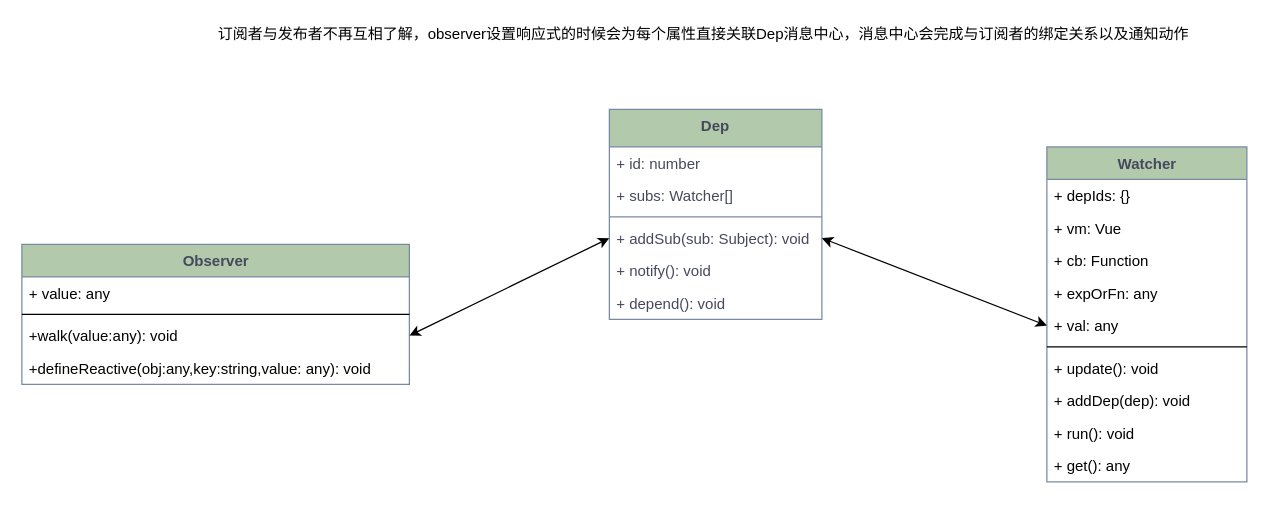
Above: 深入Vue双向绑定原理.drawio in Hhpon/draw.io (draw.io), before the change. Source tidied: cells renumbered, new cells numbered last; positions are measured from the earlier drawing's top-left corner, leaving out a move shared by most shapes. Both pictures are drawn from the tidied source at 125%, with x=0, y=0 at pixel (21, 21).
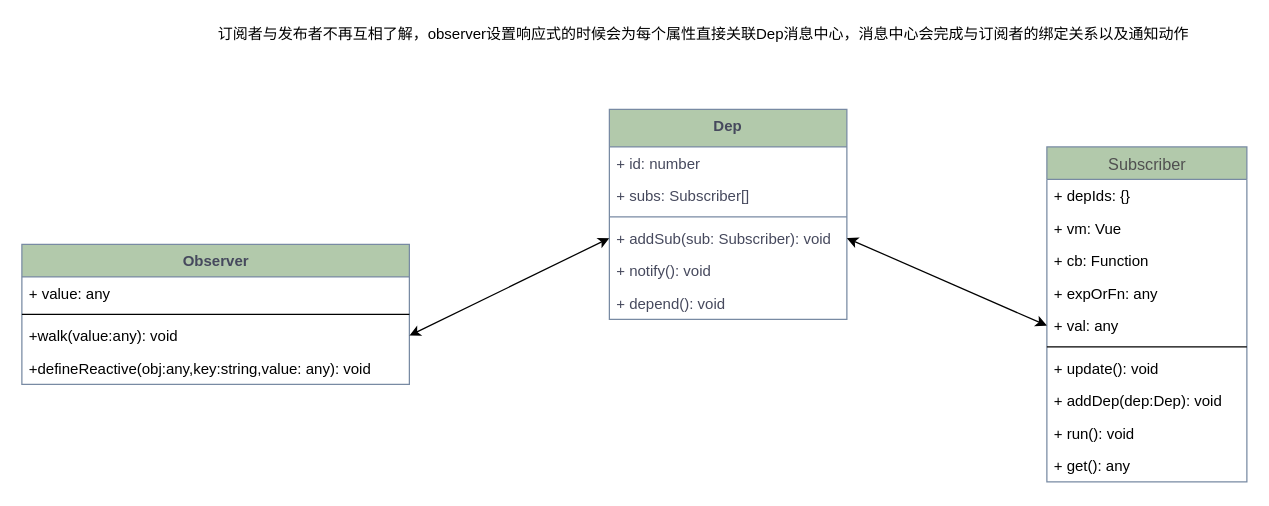
The same page after the edit.

Commit message:
更新深入Vue双向绑定原理.drawio

The edit, as a diff of the source:
```diff
@@
     <mxCell id="2" value="Dep" style="swimlane;fontStyle=1;align=center;verticalAlign=top;horizontal=1;startSize=30;fillColor=#B2C9AB;strokeColor=#788AA3;fontColor=#46495D;glass=0;rounded=0;shadow=0;sketch=0;html=1;whiteSpace=wrap;labelBorderColor=none;labelBackgroundColor=none;" parent="1" vertex="1">
-      <mxGeometry x="470" y="70" width="170" height="168" as="geometry" />
+      <mxGeometry x="470" y="70" width="190" height="168" as="geometry" />
     </mxCell>
     <mxCell id="3" value="+ id: number" style="text;strokeColor=none;fillColor=none;align=left;verticalAlign=top;spacingLeft=4;spacingRight=4;overflow=hidden;fontColor=#46495D;" parent="2" vertex="1">
-      <mxGeometry y="30" width="170" height="26" as="geometry" />
+      <mxGeometry y="30" width="190" height="26" as="geometry" />
     </mxCell>
-    <mxCell id="4" value="+ subs: Watcher[]" style="text;strokeColor=none;fillColor=none;align=left;verticalAlign=top;spacingLeft=4;spacingRight=4;overflow=hidden;fontColor=#46495D;" parent="2" vertex="1">
-      <mxGeometry y="56" width="170" height="26" as="geometry" />
+    <mxCell id="4" value="+ subs: Subscriber[]" style="text;strokeColor=none;fillColor=none;align=left;verticalAlign=top;spacingLeft=4;spacingRight=4;overflow=hidden;fontColor=#46495D;" parent="2" vertex="1">
+      <mxGeometry y="56" width="190" height="26" as="geometry" />
     </mxCell>
     <mxCell id="5" style="line;strokeWidth=1;fillColor=none;align=left;verticalAlign=middle;spacingTop=-1;spacingLeft=3;spacingRight=3;labelPosition=right;strokeColor=#788AA3;fontColor=#46495D;" parent="2" vertex="1">
-      <mxGeometry y="82" width="170" height="8" as="geometry" />
+      <mxGeometry y="82" width="190" height="8" as="geometry" />
     </mxCell>
-    <mxCell id="6" value="+ addSub(sub: Subject): void" style="text;strokeColor=none;fillColor=none;align=left;verticalAlign=top;spacingLeft=4;spacingRight=4;overflow=hidden;points=[[0,0.5],[1,0.5]];portConstraint=eastwest;fontColor=#46495D;" parent="2" vertex="1">
-      <mxGeometry y="90" width="170" height="26" as="geometry" />
+    <mxCell id="6" value="+ addSub(sub: Subscriber): void" style="text;strokeColor=none;fillColor=none;align=left;verticalAlign=top;spacingLeft=4;spacingRight=4;overflow=hidden;points=[[0,0.5],[1,0.5]];portConstraint=eastwest;fontColor=#46495D;" parent="2" vertex="1">
+      <mxGeometry y="90" width="190" height="26" as="geometry" />
     </mxCell>
     <mxCell id="7" value="+ notify(): void" style="text;strokeColor=none;fillColor=none;align=left;verticalAlign=top;spacingLeft=4;spacingRight=4;overflow=hidden;fontColor=#46495D;" parent="2" vertex="1">
-      <mxGeometry y="116" width="170" height="26" as="geometry" />
+      <mxGeometry y="116" width="190" height="26" as="geometry" />
     </mxCell>
     <mxCell id="8" value="+ depend(): void" style="text;strokeColor=none;fillColor=none;align=left;verticalAlign=top;spacingLeft=4;spacingRight=4;overflow=hidden;fontColor=#46495D;" parent="2" vertex="1">
-      <mxGeometry y="142" width="170" height="26" as="geometry" />
+      <mxGeometry y="142" width="190" height="26" as="geometry" />
     </mxCell>
-    <mxCell id="9" value="Watcher" style="swimlane;fontStyle=1;align=center;verticalAlign=top;horizontal=1;startSize=26;rounded=0;shadow=0;glass=0;labelBackgroundColor=none;sketch=0;strokeColor=#788AA3;fillColor=#B2C9AB;fontColor=#46495D;html=1;" parent="1" vertex="1">
+    <mxCell id="9" value="&lt;span style=&quot;color: rgb(80 , 80 , 80) ; font-family: , , &amp;#34;segoe ui&amp;#34; , &amp;#34;roboto&amp;#34; , &amp;#34;ubuntu&amp;#34; , &amp;#34;cantarell&amp;#34; , &amp;#34;noto sans&amp;#34; , sans-serif , &amp;#34;blinkmacsystemfont&amp;#34; , &amp;#34;helvetica neue&amp;#34; , &amp;#34;pingfang sc&amp;#34; , &amp;#34;hiragino sans gb&amp;#34; , &amp;#34;microsoft yahei&amp;#34; , &amp;#34;arial&amp;#34; ; font-size: 12.996px ; font-weight: 400&quot;&gt;Subscriber&lt;/span&gt;" style="swimlane;fontStyle=1;align=center;verticalAlign=top;horizontal=1;startSize=26;rounded=0;shadow=0;glass=0;labelBackgroundColor=none;sketch=0;strokeColor=#788AA3;fillColor=#B2C9AB;fontColor=#46495D;html=1;" parent="1" vertex="1">
       <mxGeometry x="820" y="100" width="160" height="268" as="geometry" />
     </mxCell>
@@
-    <mxCell id="17" value="+ addDep(dep): void" style="text;strokeColor=none;fillColor=none;align=left;verticalAlign=top;spacingLeft=4;spacingRight=4;overflow=hidden;" parent="9" vertex="1">
+    <mxCell id="17" value="+ addDep(dep:Dep): void" style="text;strokeColor=none;fillColor=none;align=left;verticalAlign=top;spacingLeft=4;spacingRight=4;overflow=hidden;" parent="9" vertex="1">
       <mxGeometry y="190" width="160" height="26" as="geometry" />
     </mxCell>
```
